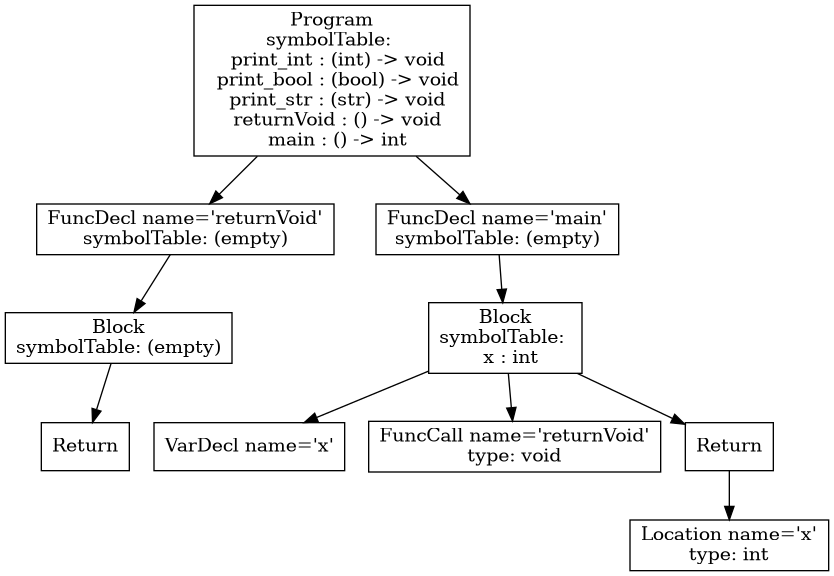
atrim11/CS432 keeps this Graphviz diagram as p3-analysis/tree.png. Above is the earlier version. Its source is kept beside it as p3-analysis/tree.dot.
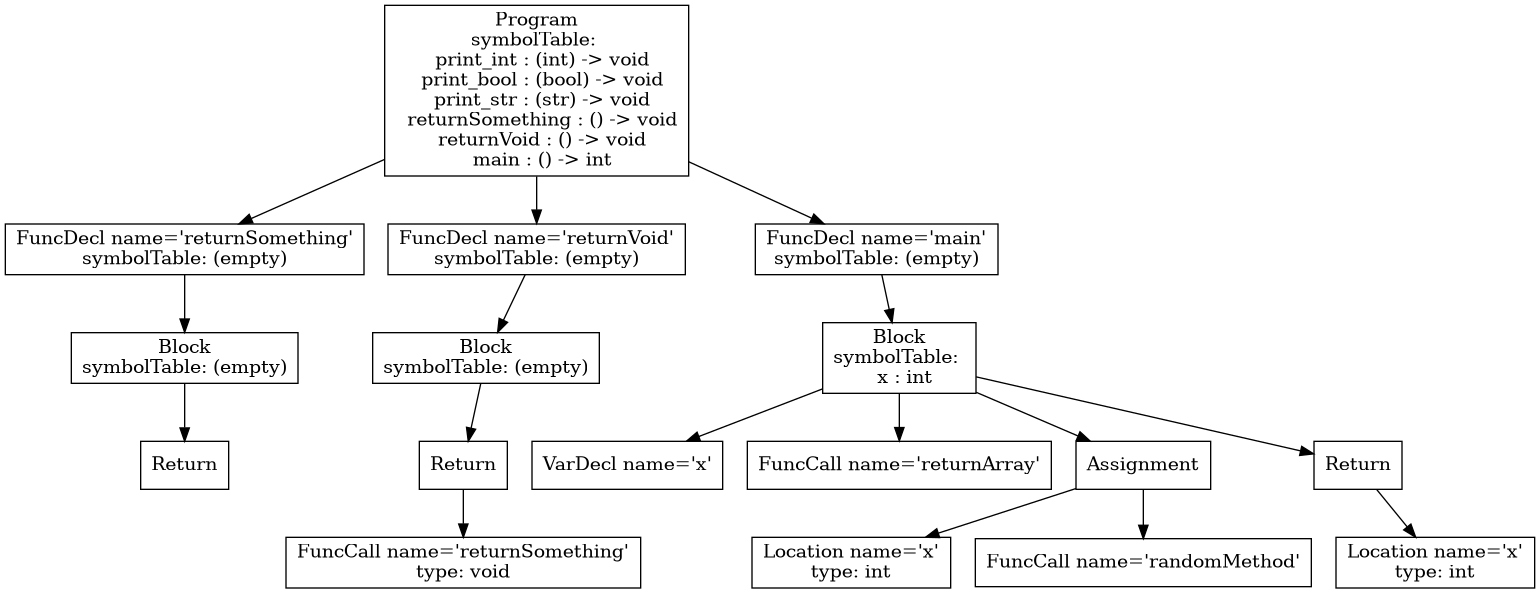
The same diagram one commit later.

Diff of the diagram source:
```diff
@@ -2,20 +2,34 @@
 3 [shape=box, label="Return"];
 2 [shape=box, label="Block\nsymbolTable: (empty)"];
 2 -> 3;
-1 [shape=box, label="FuncDecl name='returnVoid'\nsymbolTable: (empty)"];
+1 [shape=box, label="FuncDecl name='returnSomething'\nsymbolTable: (empty)"];
 1 -> 2;
-6 [shape=box, label="VarDecl name='x'"];
-7 [shape=box, label="FuncCall name='returnVoid'\ntype: void"];
-9 [shape=box, label="Location name='x'\ntype: int"];
-8 [shape=box, label="Return"];
+7 [shape=box, label="FuncCall name='returnSomething'\ntype: void"];
+6 [shape=box, label="Return"];
+6 -> 7;
+5 [shape=box, label="Block\nsymbolTable: (empty)"];
+5 -> 6;
+4 [shape=box, label="FuncDecl name='returnVoid'\nsymbolTable: (empty)"];
+4 -> 5;
+10 [shape=box, label="VarDecl name='x'"];
+11 [shape=box, label="FuncCall name='returnArray'"];
+13 [shape=box, label="Location name='x'\ntype: int"];
+14 [shape=box, label="FuncCall name='randomMethod'"];
+12 [shape=box, label="Assignment"];
+12 -> 13;
+12 -> 14;
+16 [shape=box, label="Location name='x'\ntype: int"];
+15 [shape=box, label="Return"];
+15 -> 16;
+9 [shape=box, label="Block\nsymbolTable: \n  x : int"];
+9 -> 10;
+9 -> 11;
+9 -> 12;
+9 -> 15;
+8 [shape=box, label="FuncDecl name='main'\nsymbolTable: (empty)"];
 8 -> 9;
-5 [shape=box, label="Block\nsymbolTable: \n  x : int"];
-5 -> 6;
-5 -> 7;
-5 -> 8;
-4 [shape=box, label="FuncDecl name='main'\nsymbolTable: (empty)"];
-4 -> 5;
-0 [shape=box, label="Program\nsymbolTable: \n  print_int : (int) -> void\n  print_bool : (bool) -> void\n  print_str : (str) -> void\n  returnVoid : () -> void\n  main : () -> int"];
+0 [shape=box, label="Program\nsymbolTable: \n  print_int : (int) -> void\n  print_bool : (bool) -> void\n  print_str : (str) -> void\n  returnSomething : () -> void\n  returnVoid : () -> void\n  main : () -> int"];
 0 -> 1;
 0 -> 4;
+0 -> 8;
 }
```
